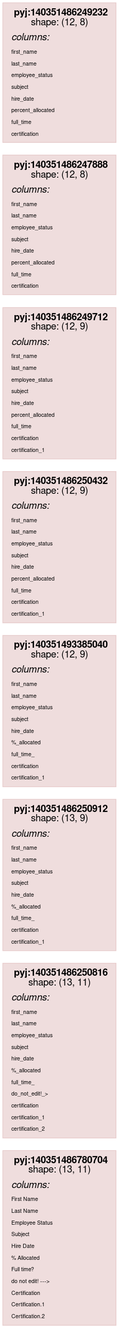
The Graphviz diagram scripts/rdflog/dirty-clean.ttl.dot.png in asmirnov69/pyjviz-poc, before a commit. Its source is kept beside it as scripts/rdflog/dirty-clean.ttl.dot.
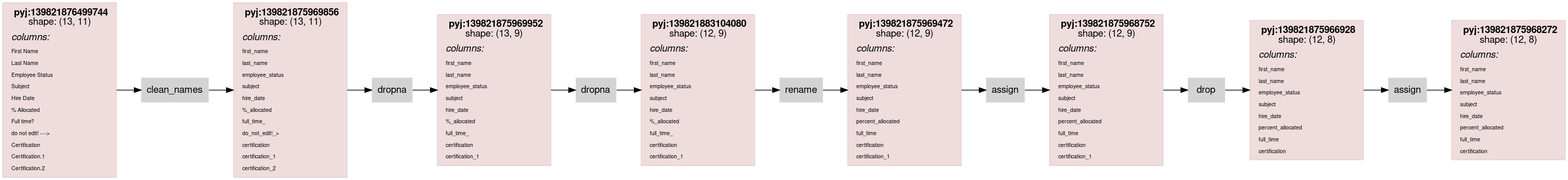
Above is the later version.

Diff of the diagram source:
```diff
@@ -14,7 +14,7 @@
                 color="#88000022"
                 shape = rect
                 label = <<table border="0" cellborder="0" cellspacing="0" cellpadding="4">
-                         <tr> <td> <b>pyj:140351486780704</b><br/>shape: (13, 11)</td> </tr>
+                         <tr> <td> <b>pyj:139821876499744</b><br/>shape: (13, 11)</td> </tr>
                          <tr> <td align="left"><i>columns:</i><br align="left"/></td></tr>
                 <tr><td align="left"><FONT POINT-SIZE="8px">First Name</FONT></td></tr>
 <tr><td align="left"><FONT POINT-SIZE="8px">Last Name</FONT></td></tr>
@@ -33,7 +33,7 @@
                 color="#88000022"
                 shape = rect
                 label = <<table border="0" cellborder="0" cellspacing="0" cellpadding="4">
-                         <tr> <td> <b>pyj:140351486250816</b><br/>shape: (13, 11)</td> </tr>
+                         <tr> <td> <b>pyj:139821875969856</b><br/>shape: (13, 11)</td> </tr>
                          <tr> <td align="left"><i>columns:</i><br align="left"/></td></tr>
                 <tr><td align="left"><FONT POINT-SIZE="8px">first_name</FONT></td></tr>
 <tr><td align="left"><FONT POINT-SIZE="8px">last_name</FONT></td></tr>
@@ -52,7 +52,7 @@
                 color="#88000022"
                 shape = rect
                 label = <<table border="0" cellborder="0" cellspacing="0" cellpadding="4">
-                         <tr> <td> <b>pyj:140351486250912</b><br/>shape: (13, 9)</td> </tr>
+                         <tr> <td> <b>pyj:139821875969952</b><br/>shape: (13, 9)</td> </tr>
                          <tr> <td align="left"><i>columns:</i><br align="left"/></td></tr>
                 <tr><td align="left"><FONT POINT-SIZE="8px">first_name</FONT></td></tr>
 <tr><td align="left"><FONT POINT-SIZE="8px">last_name</FONT></td></tr>
@@ -69,7 +69,7 @@
                 color="#88000022"
                 shape = rect
                 label = <<table border="0" cellborder="0" cellspacing="0" cellpadding="4">
-                         <tr> <td> <b>pyj:140351493385040</b><br/>shape: (12, 9)</td> </tr>
+                         <tr> <td> <b>pyj:139821883104080</b><br/>shape: (12, 9)</td> </tr>
                          <tr> <td align="left"><i>columns:</i><br align="left"/></td></tr>
                 <tr><td align="left"><FONT POINT-SIZE="8px">first_name</FONT></td></tr>
 <tr><td align="left"><FONT POINT-SIZE="8px">last_name</FONT></td></tr>
@@ -86,7 +86,7 @@
                 color="#88000022"
                 shape = rect
                 label = <<table border="0" cellborder="0" cellspacing="0" cellpadding="4">
-                         <tr> <td> <b>pyj:140351486250432</b><br/>shape: (12, 9)</td> </tr>
+                         <tr> <td> <b>pyj:139821875969472</b><br/>shape: (12, 9)</td> </tr>
                          <tr> <td align="left"><i>columns:</i><br align="left"/></td></tr>
                 <tr><td align="left"><FONT POINT-SIZE="8px">first_name</FONT></td></tr>
 <tr><td align="left"><FONT POINT-SIZE="8px">last_name</FONT></td></tr>
@@ -103,7 +103,7 @@
                 color="#88000022"
                 shape = rect
                 label = <<table border="0" cellborder="0" cellspacing="0" cellpadding="4">
-                         <tr> <td> <b>pyj:140351486249712</b><br/>shape: (12, 9)</td> </tr>
+                         <tr> <td> <b>pyj:139821875968752</b><br/>shape: (12, 9)</td> </tr>
                          <tr> <td align="left"><i>columns:</i><br align="left"/></td></tr>
                 <tr><td align="left"><FONT POINT-SIZE="8px">first_name</FONT></td></tr>
 <tr><td align="left"><FONT POINT-SIZE="8px">last_name</FONT></td></tr>
@@ -120,7 +120,7 @@
                 color="#88000022"
                 shape = rect
                 label = <<table border="0" cellborder="0" cellspacing="0" cellpadding="4">
-                         <tr> <td> <b>pyj:140351486247888</b><br/>shape: (12, 8)</td> </tr>
+                         <tr> <td> <b>pyj:139821875966928</b><br/>shape: (12, 8)</td> </tr>
                          <tr> <td align="left"><i>columns:</i><br align="left"/></td></tr>
                 <tr><td align="left"><FONT POINT-SIZE="8px">first_name</FONT></td></tr>
 <tr><td align="left"><FONT POINT-SIZE="8px">last_name</FONT></td></tr>
@@ -136,7 +136,7 @@
                 color="#88000022"
                 shape = rect
                 label = <<table border="0" cellborder="0" cellspacing="0" cellpadding="4">
-                         <tr> <td> <b>pyj:140351486249232</b><br/>shape: (12, 8)</td> </tr>
+                         <tr> <td> <b>pyj:139821875968272</b><br/>shape: (12, 8)</td> </tr>
                          <tr> <td align="left"><i>columns:</i><br align="left"/></td></tr>
                 <tr><td align="left"><FONT POINT-SIZE="8px">first_name</FONT></td></tr>
 <tr><td align="left"><FONT POINT-SIZE="8px">last_name</FONT></td></tr>
@@ -148,7 +148,25 @@
 <tr><td align="left"><FONT POINT-SIZE="8px">certification</FONT></td></tr>
                          </table>>
                 ];
-subgraph cluster_0 {
-label = "None";
+node0_8 [ label = "clean_names" ];
+node0_9 [ label = "dropna" ];
+node0_10 [ label = "dropna" ];
+node0_11 [ label = "rename" ];
+node0_12 [ label = "assign" ];
+node0_13 [ label = "drop" ];
+node0_14 [ label = "assign" ];
+node0_0 -> node0_8;
+node0_1 -> node0_9;
+node0_2 -> node0_10;
+node0_3 -> node0_11;
+node0_4 -> node0_12;
+node0_5 -> node0_13;
+node0_6 -> node0_14;
+node0_8 -> node0_1;
+node0_9 -> node0_2;
+node0_10 -> node0_3;
+node0_11 -> node0_4;
+node0_12 -> node0_5;
+node0_13 -> node0_6;
+node0_14 -> node0_7;
 }
-}
```
